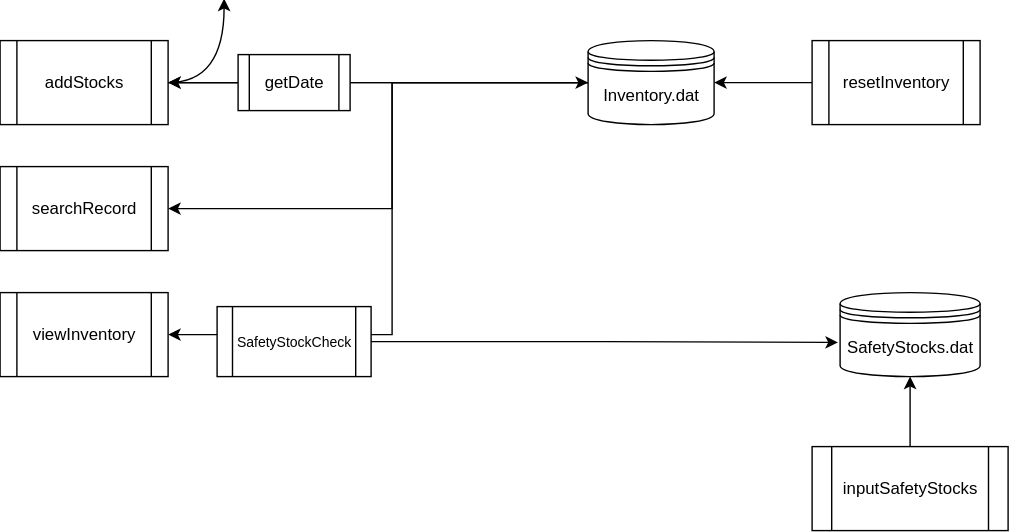
AllegoYuanPaolo/SC-Inventory-Project keeps this draw.io diagram as COBOL PROJECT Map.drawio.svg. Above is the earlier version. Source tidied: cells renumbered, new cells last; positions are measured from the earlier drawing's top-left corner, leaving out a move shared by most shapes. The source it was exported from:
```xml
<mxGraphModel>
  <root>
    <mxCell id="0" />
    <mxCell id="1" parent="0" />
    <mxCell id="2" style="edgeStyle=orthogonalEdgeStyle;rounded=0;jettySize=auto;html=1;entryX=0;entryY=0.5;entryDx=0;entryDy=0;" parent="1" edge="1" source="4" target="8">
      <mxGeometry relative="1" as="geometry" />
    </mxCell>
    <mxCell id="3" style="edgeStyle=orthogonalEdgeStyle;curved=1;rounded=0;jettySize=auto;html=1;exitX=1;exitY=0.5;exitDx=0;exitDy=0;" parent="1" edge="1" source="4">
      <mxGeometry relative="1" as="geometry">
        <mxPoint x="160" as="targetPoint" />
      </mxGeometry>
    </mxCell>
    <mxCell id="4" value="addStocks" style="shape=process;whiteSpace=wrap;html=1;backgroundOutline=1;rounded=0;glass=0;" parent="1" vertex="1">
      <mxGeometry y="30" width="120" height="60" as="geometry" />
    </mxCell>
    <mxCell id="5" style="edgeStyle=orthogonalEdgeStyle;rounded=0;jettySize=auto;html=1;entryX=1;entryY=0.5;entryDx=0;entryDy=0;" parent="1" edge="1" source="17" target="4">
      <mxGeometry relative="1" as="geometry" />
    </mxCell>
    <mxCell id="6" style="edgeStyle=orthogonalEdgeStyle;rounded=0;jettySize=auto;html=1;entryX=1;entryY=0.5;entryDx=0;entryDy=0;" parent="1" edge="1" source="8" target="9">
      <mxGeometry relative="1" as="geometry">
        <Array as="points">
          <mxPoint x="280" y="60" />
          <mxPoint x="280" y="150" />
        </Array>
      </mxGeometry>
    </mxCell>
    <mxCell id="7" style="edgeStyle=orthogonalEdgeStyle;rounded=0;jettySize=auto;html=1;entryX=1;entryY=0.5;entryDx=0;entryDy=0;" parent="1" edge="1" source="8" target="10">
      <mxGeometry relative="1" as="geometry">
        <Array as="points">
          <mxPoint x="280" y="60" />
          <mxPoint x="280" y="240" />
        </Array>
      </mxGeometry>
    </mxCell>
    <mxCell id="8" value="Inventory.dat" style="shape=datastore;whiteSpace=wrap;html=1;" parent="1" vertex="1">
      <mxGeometry x="420" y="30" width="90" height="60" as="geometry" />
    </mxCell>
    <mxCell id="9" value="searchRecord" style="shape=process;whiteSpace=wrap;html=1;backgroundOutline=1;" parent="1" vertex="1">
      <mxGeometry y="120" width="120" height="60" as="geometry" />
    </mxCell>
    <mxCell id="10" value="viewInventory" style="shape=process;whiteSpace=wrap;html=1;backgroundOutline=1;" parent="1" vertex="1">
      <mxGeometry y="210" width="120" height="60" as="geometry" />
    </mxCell>
    <mxCell id="11" value="SafetyStocks.dat" style="shape=datastore;whiteSpace=wrap;html=1;" parent="1" vertex="1">
      <mxGeometry x="600" y="210" width="100" height="60" as="geometry" />
    </mxCell>
    <mxCell id="12" style="edgeStyle=orthogonalEdgeStyle;rounded=0;jettySize=auto;html=1;entryX=0.5;entryY=1;entryDx=0;entryDy=0;" parent="1" edge="1" source="13" target="11">
      <mxGeometry relative="1" as="geometry" />
    </mxCell>
    <mxCell id="13" value="inputSafetyStocks" style="shape=process;whiteSpace=wrap;html=1;backgroundOutline=1;" parent="1" vertex="1">
      <mxGeometry x="580" y="320" width="140" height="60" as="geometry" />
    </mxCell>
    <mxCell id="14" style="edgeStyle=orthogonalEdgeStyle;rounded=0;jettySize=auto;html=1;entryX=1;entryY=0.5;entryDx=0;entryDy=0;" parent="1" edge="1" source="15" target="8">
      <mxGeometry relative="1" as="geometry" />
    </mxCell>
    <mxCell id="15" value="resetInventory" style="shape=process;whiteSpace=wrap;html=1;backgroundOutline=1;" parent="1" vertex="1">
      <mxGeometry x="580" y="30" width="120" height="60" as="geometry" />
    </mxCell>
    <mxCell id="16" style="edgeStyle=orthogonalEdgeStyle;rounded=0;jettySize=auto;html=1;entryX=1;entryY=0.5;entryDx=0;entryDy=0;" parent="1" edge="1" source="8" target="4">
      <mxGeometry relative="1" as="geometry" />
    </mxCell>
    <mxCell id="17" value="getDate" style="shape=process;whiteSpace=wrap;html=1;backgroundOutline=1;" parent="1" vertex="1">
      <mxGeometry x="170" y="40" width="80" height="40" as="geometry" />
    </mxCell>
    <mxCell id="18" value="&lt;font style=&quot;font-size: 10px;&quot;&gt;SafetyStockCheck&lt;/font&gt;" style="shape=process;whiteSpace=wrap;html=1;backgroundOutline=1;" parent="1" vertex="1">
      <mxGeometry x="155" y="220" width="110" height="50" as="geometry" />
    </mxCell>
    <mxCell id="19" style="edgeStyle=orthogonalEdgeStyle;rounded=0;jettySize=auto;html=1;entryX=-0.015;entryY=0.593;entryDx=0;entryDy=0;entryPerimeter=0;" parent="1" edge="1" source="18" target="11">
      <mxGeometry relative="1" as="geometry" />
    </mxCell>
  </root>
</mxGraphModel>
```
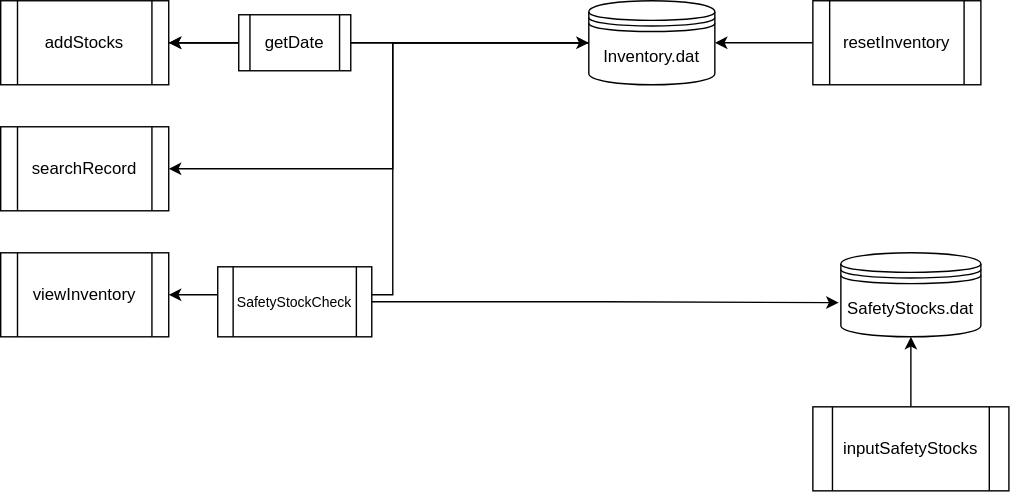
The same file after the commit.

Change to the diagram source:
```diff
@@ -5,11 +5,6 @@
     <mxCell id="2" style="edgeStyle=orthogonalEdgeStyle;rounded=0;jettySize=auto;html=1;entryX=0;entryY=0.5;entryDx=0;entryDy=0;" parent="1" edge="1" source="4" target="8">
       <mxGeometry relative="1" as="geometry" />
     </mxCell>
-    <mxCell id="3" style="edgeStyle=orthogonalEdgeStyle;curved=1;rounded=0;jettySize=auto;html=1;exitX=1;exitY=0.5;exitDx=0;exitDy=0;" parent="1" edge="1" source="4">
-      <mxGeometry relative="1" as="geometry">
-        <mxPoint x="160" as="targetPoint" />
-      </mxGeometry>
-    </mxCell>
     <mxCell id="4" value="addStocks" style="shape=process;whiteSpace=wrap;html=1;backgroundOutline=1;rounded=0;glass=0;" parent="1" vertex="1">
       <mxGeometry y="30" width="120" height="60" as="geometry" />
     </mxCell>
```
